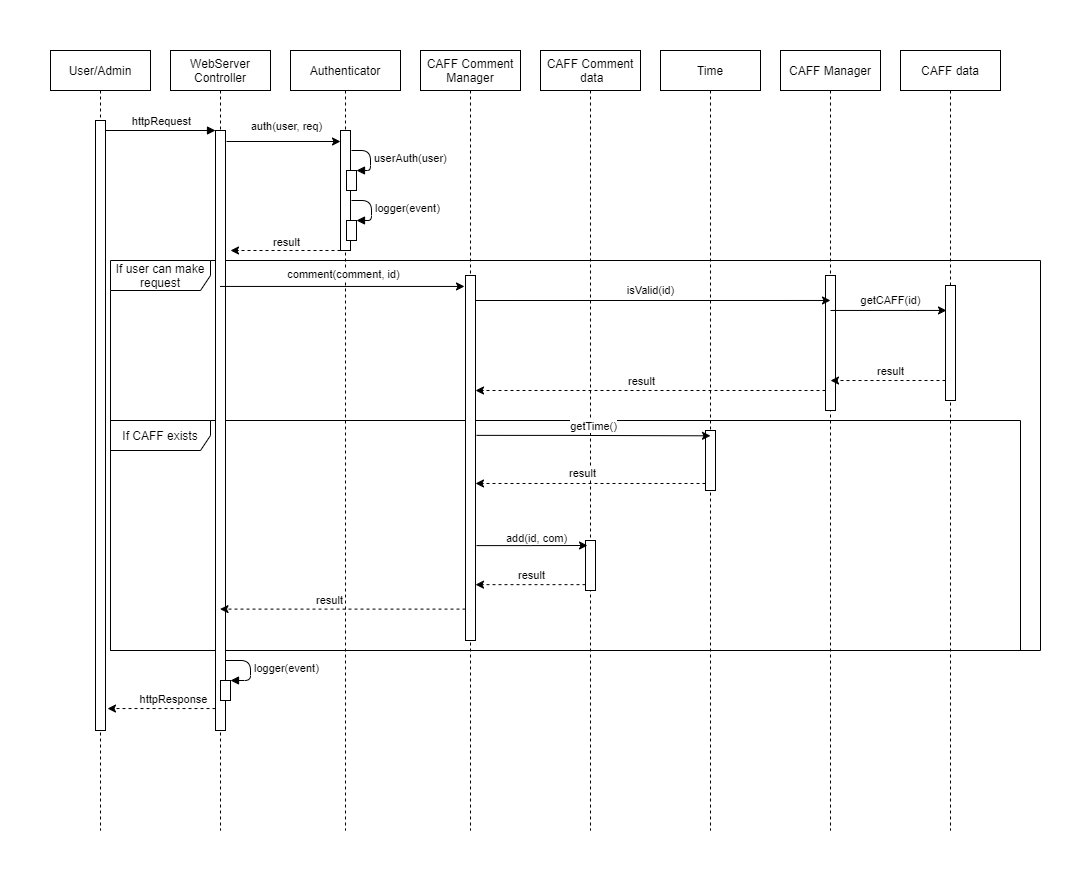
zuper1998/SzamBiztHF keeps this draw.io diagram as plans/Sequence Diagrams/user_call_commentv2.drawio.png. Above is the earlier version. Source tidied: cells renumbered, new cells last; positions are measured from the earlier drawing's top-left corner, leaving out a move shared by most shapes. Its diagram source:
```xml
<mxGraphModel background="#ffffff">
  <root>
    <mxCell id="0" />
    <mxCell id="1" parent="0" />
    <mxCell id="2" value="If CAFF exists" style="shape=umlFrame;whiteSpace=wrap;html=1;width=100;height=30;" parent="1" vertex="1">
      <mxGeometry x="60" y="370" width="910" height="230" as="geometry" />
    </mxCell>
    <mxCell id="3" value="If user can make request" style="shape=umlFrame;whiteSpace=wrap;html=1;width=100;height=30;" parent="1" vertex="1">
      <mxGeometry x="60" y="210" width="930" height="390" as="geometry" />
    </mxCell>
    <mxCell id="4" value="User/Admin" style="shape=umlLifeline;perimeter=lifelinePerimeter;shadow=0;strokeWidth=1;" parent="1" vertex="1">
      <mxGeometry width="100" height="780" as="geometry" />
    </mxCell>
    <mxCell id="5" style="points=[];perimeter=orthogonalPerimeter;shadow=0;strokeWidth=1;" parent="4" vertex="1">
      <mxGeometry x="45" y="70" width="10" height="610" as="geometry" />
    </mxCell>
    <mxCell id="6" value="WebServer &#10;Controller" style="shape=umlLifeline;perimeter=lifelinePerimeter;shadow=0;strokeWidth=1;" parent="1" vertex="1">
      <mxGeometry x="120" width="100" height="780" as="geometry" />
    </mxCell>
    <mxCell id="7" style="points=[];perimeter=orthogonalPerimeter;shadow=0;strokeWidth=1;" parent="6" vertex="1">
      <mxGeometry x="45" y="80" width="10" height="600" as="geometry" />
    </mxCell>
    <mxCell id="8" style="html=1;points=[];perimeter=orthogonalPerimeter;" parent="6" vertex="1">
      <mxGeometry x="50" y="630" width="10" height="20" as="geometry" />
    </mxCell>
    <mxCell id="9" value="logger(event)" style="edgeStyle=orthogonalEdgeStyle;html=1;align=left;spacingLeft=2;endArrow=block;entryX=1;entryY=0;" parent="6" edge="1" target="8">
      <mxGeometry relative="1" as="geometry">
        <mxPoint x="55" y="610" as="sourcePoint" />
        <Array as="points">
          <mxPoint x="80" y="610" />
          <mxPoint x="80" y="630" />
        </Array>
      </mxGeometry>
    </mxCell>
    <mxCell id="10" style="verticalAlign=bottom;endArrow=block;entryX=0;entryY=0;shadow=0;strokeWidth=1;" parent="1" edge="1">
      <mxGeometry relative="1" as="geometry">
        <mxPoint x="55" y="80" as="sourcePoint" />
        <mxPoint x="165" y="80" as="targetPoint" />
      </mxGeometry>
    </mxCell>
    <mxCell id="11" value="httpRequest" style="edgeLabel;html=1;align=center;verticalAlign=middle;" parent="10" vertex="1">
      <mxGeometry x="0.33" y="-1" relative="1" as="geometry">
        <mxPoint x="-18" y="-11" as="offset" />
      </mxGeometry>
    </mxCell>
    <mxCell id="12" value="Authenticator" style="shape=umlLifeline;perimeter=lifelinePerimeter;shadow=0;strokeWidth=1;" parent="1" vertex="1">
      <mxGeometry x="240" width="110" height="780" as="geometry" />
    </mxCell>
    <mxCell id="13" style="points=[];perimeter=orthogonalPerimeter;shadow=0;strokeWidth=1;" parent="12" vertex="1">
      <mxGeometry x="50" y="80" width="10" height="120" as="geometry" />
    </mxCell>
    <mxCell id="14" style="html=1;points=[];perimeter=orthogonalPerimeter;" parent="12" vertex="1">
      <mxGeometry x="56" y="120" width="10" height="20" as="geometry" />
    </mxCell>
    <mxCell id="15" value="userAuth(user)" style="edgeStyle=orthogonalEdgeStyle;html=1;align=left;spacingLeft=2;endArrow=block;entryX=1;entryY=0;" parent="12" edge="1" target="14">
      <mxGeometry relative="1" as="geometry">
        <mxPoint x="61" y="100" as="sourcePoint" />
        <Array as="points">
          <mxPoint x="80" y="100" />
          <mxPoint x="80" y="120" />
        </Array>
      </mxGeometry>
    </mxCell>
    <mxCell id="16" style="html=1;points=[];perimeter=orthogonalPerimeter;" parent="12" vertex="1">
      <mxGeometry x="56" y="170" width="10" height="20" as="geometry" />
    </mxCell>
    <mxCell id="17" value="logger(event)" style="edgeStyle=orthogonalEdgeStyle;html=1;align=left;spacingLeft=2;endArrow=block;entryX=1;entryY=0;" parent="12" edge="1" target="16">
      <mxGeometry relative="1" as="geometry">
        <mxPoint x="61" y="150" as="sourcePoint" />
        <Array as="points">
          <mxPoint x="81" y="150" />
          <mxPoint x="81" y="170" />
        </Array>
      </mxGeometry>
    </mxCell>
    <mxCell id="18" style="endArrow=classic;html=1;" parent="1" edge="1">
      <mxGeometry relative="1" as="geometry">
        <mxPoint x="176" y="91" as="sourcePoint" />
        <mxPoint x="290" y="91" as="targetPoint" />
      </mxGeometry>
    </mxCell>
    <mxCell id="19" value="auth(user, req)" style="edgeLabel;html=1;align=center;verticalAlign=middle;" parent="18" vertex="1">
      <mxGeometry x="0.39" relative="1" as="geometry">
        <mxPoint x="-20" y="-16" as="offset" />
      </mxGeometry>
    </mxCell>
    <mxCell id="20" style="endArrow=classic;html=1;entryX=1.5;entryY=0.2;entryDx=0;entryDy=0;entryPerimeter=0;dashed=1;" parent="1" edge="1" source="13" target="7">
      <mxGeometry relative="1" as="geometry" />
    </mxCell>
    <mxCell id="21" value="result" style="edgeLabel;html=1;align=center;verticalAlign=middle;" parent="20" vertex="1">
      <mxGeometry x="0.35" y="-1" relative="1" as="geometry">
        <mxPoint x="19" y="-8" as="offset" />
      </mxGeometry>
    </mxCell>
    <mxCell id="22" value="CAFF Comment&#10;Manager" style="shape=umlLifeline;perimeter=lifelinePerimeter;shadow=0;strokeWidth=1;" parent="1" vertex="1">
      <mxGeometry x="370" width="100" height="780" as="geometry" />
    </mxCell>
    <mxCell id="23" style="points=[];perimeter=orthogonalPerimeter;shadow=0;strokeWidth=1;" parent="22" vertex="1">
      <mxGeometry x="45" y="225" width="10" height="365" as="geometry" />
    </mxCell>
    <mxCell id="24" style="endArrow=classic;html=1;entryX=-0.1;entryY=0.03;entryDx=0;entryDy=0;entryPerimeter=0;" parent="1" edge="1" source="6" target="23">
      <mxGeometry relative="1" as="geometry" />
    </mxCell>
    <mxCell id="25" value="comment(comment, id)" style="edgeLabel;html=1;align=center;verticalAlign=middle;" parent="24" vertex="1">
      <mxGeometry x="-0.11" y="1" relative="1" as="geometry">
        <mxPoint x="14" y="-11" as="offset" />
      </mxGeometry>
    </mxCell>
    <mxCell id="26" style="endArrow=classic;html=1;exitX=0;exitY=0.914;exitDx=0;exitDy=0;exitPerimeter=0;dashed=1;" parent="1" edge="1" source="23" target="6">
      <mxGeometry relative="1" as="geometry" />
    </mxCell>
    <mxCell id="27" value="result" style="edgeLabel;html=1;align=center;verticalAlign=middle;" parent="26" vertex="1">
      <mxGeometry x="-0.19" y="1" relative="1" as="geometry">
        <mxPoint x="-37" y="-10" as="offset" />
      </mxGeometry>
    </mxCell>
    <mxCell id="28" style="endArrow=classic;html=1;dashed=1;entryX=1.2;entryY=0.964;entryDx=0;entryDy=0;entryPerimeter=0;" parent="1" edge="1" source="7" target="5">
      <mxGeometry relative="1" as="geometry" />
    </mxCell>
    <mxCell id="29" value="httpResponse" style="edgeLabel;html=1;align=center;verticalAlign=middle;" parent="28" vertex="1">
      <mxGeometry x="-0.51" y="-1" relative="1" as="geometry">
        <mxPoint x="-17" y="-9" as="offset" />
      </mxGeometry>
    </mxCell>
    <mxCell id="30" value="CAFF Comment&#10; data" style="shape=umlLifeline;perimeter=lifelinePerimeter;shadow=0;strokeWidth=1;" parent="1" vertex="1">
      <mxGeometry x="490" width="100" height="780" as="geometry" />
    </mxCell>
    <mxCell id="31" style="points=[];perimeter=orthogonalPerimeter;shadow=0;strokeWidth=1;" parent="30" vertex="1">
      <mxGeometry x="45" y="490" width="10" height="50" as="geometry" />
    </mxCell>
    <mxCell id="32" style="endArrow=classic;html=1;rounded=0;edgeStyle=orthogonalEdgeStyle;entryX=0.2;entryY=0.1;entryDx=0;entryDy=0;entryPerimeter=0;exitX=1.1;exitY=0.74;exitDx=0;exitDy=0;exitPerimeter=0;" parent="1" edge="1" source="23" target="31">
      <mxGeometry relative="1" as="geometry" />
    </mxCell>
    <mxCell id="33" value="add(id, com)" style="edgeLabel;html=1;align=center;verticalAlign=middle;" parent="32" vertex="1">
      <mxGeometry relative="1" as="geometry">
        <mxPoint x="2" y="-8" as="offset" />
      </mxGeometry>
    </mxCell>
    <mxCell id="34" style="endArrow=classic;html=1;dashed=1;exitX=0;exitY=0.883;exitDx=0;exitDy=0;exitPerimeter=0;" parent="1" edge="1" source="31" target="23">
      <mxGeometry relative="1" as="geometry" />
    </mxCell>
    <mxCell id="35" value="result" style="edgeLabel;html=1;align=center;verticalAlign=middle;" parent="34" vertex="1">
      <mxGeometry x="-0.51" y="-1" relative="1" as="geometry">
        <mxPoint x="-28" y="-9" as="offset" />
      </mxGeometry>
    </mxCell>
    <mxCell id="36" value="Time" style="shape=umlLifeline;perimeter=lifelinePerimeter;shadow=0;strokeWidth=1;" parent="1" vertex="1">
      <mxGeometry x="610" width="100" height="780" as="geometry" />
    </mxCell>
    <mxCell id="37" style="points=[];perimeter=orthogonalPerimeter;shadow=0;strokeWidth=1;" parent="36" vertex="1">
      <mxGeometry x="45" y="380" width="10" height="60" as="geometry" />
    </mxCell>
    <mxCell id="38" style="endArrow=classic;html=1;rounded=0;edgeStyle=orthogonalEdgeStyle;exitX=1.1;exitY=0.438;exitDx=0;exitDy=0;exitPerimeter=0;entryX=0.5;entryY=0.494;entryDx=0;entryDy=0;entryPerimeter=0;" parent="1" edge="1" source="23" target="36">
      <mxGeometry relative="1" as="geometry" />
    </mxCell>
    <mxCell id="39" value="getTime()" style="edgeLabel;html=1;align=center;verticalAlign=middle;" parent="38" vertex="1">
      <mxGeometry relative="1" as="geometry">
        <mxPoint y="-10" as="offset" />
      </mxGeometry>
    </mxCell>
    <mxCell id="40" style="endArrow=classic;html=1;dashed=1;exitX=0;exitY=0.883;exitDx=0;exitDy=0;exitPerimeter=0;" parent="1" edge="1" source="37" target="23">
      <mxGeometry relative="1" as="geometry" />
    </mxCell>
    <mxCell id="41" value="result" style="edgeLabel;html=1;align=center;verticalAlign=middle;" parent="40" vertex="1">
      <mxGeometry x="-0.51" y="-1" relative="1" as="geometry">
        <mxPoint x="-68" y="-9" as="offset" />
      </mxGeometry>
    </mxCell>
    <mxCell id="42" value="CAFF Manager" style="shape=umlLifeline;perimeter=lifelinePerimeter;shadow=0;strokeWidth=1;" parent="1" vertex="1">
      <mxGeometry x="730" width="100" height="780" as="geometry" />
    </mxCell>
    <mxCell id="43" style="points=[];perimeter=orthogonalPerimeter;shadow=0;strokeWidth=1;" parent="42" vertex="1">
      <mxGeometry x="45" y="225" width="10" height="135" as="geometry" />
    </mxCell>
    <mxCell id="44" value="CAFF data" style="shape=umlLifeline;perimeter=lifelinePerimeter;shadow=0;strokeWidth=1;" parent="1" vertex="1">
      <mxGeometry x="850" width="100" height="780" as="geometry" />
    </mxCell>
    <mxCell id="45" style="points=[];perimeter=orthogonalPerimeter;shadow=0;strokeWidth=1;" parent="44" vertex="1">
      <mxGeometry x="45" y="235" width="10" height="115" as="geometry" />
    </mxCell>
    <mxCell id="46" style="endArrow=classic;html=1;rounded=0;edgeStyle=orthogonalEdgeStyle;entryX=0.1;entryY=0.217;entryDx=0;entryDy=0;entryPerimeter=0;exitX=0.5;exitY=0.259;exitDx=0;exitDy=0;exitPerimeter=0;" parent="1" edge="1" source="43" target="45">
      <mxGeometry relative="1" as="geometry" />
    </mxCell>
    <mxCell id="47" value="getCAFF(id)" style="edgeLabel;html=1;align=center;verticalAlign=middle;" parent="46" vertex="1">
      <mxGeometry relative="1" as="geometry">
        <mxPoint x="2" y="-10" as="offset" />
      </mxGeometry>
    </mxCell>
    <mxCell id="48" style="endArrow=classic;html=1;rounded=0;edgeStyle=orthogonalEdgeStyle;entryX=0.5;entryY=0.185;entryDx=0;entryDy=0;entryPerimeter=0;" parent="1" edge="1" target="43">
      <mxGeometry relative="1" as="geometry">
        <mxPoint x="425" y="250" as="sourcePoint" />
      </mxGeometry>
    </mxCell>
    <mxCell id="49" value="isValid(id)" style="edgeLabel;html=1;align=center;verticalAlign=middle;" parent="48" vertex="1">
      <mxGeometry relative="1" as="geometry">
        <mxPoint x="-3" y="-10" as="offset" />
      </mxGeometry>
    </mxCell>
    <mxCell id="50" style="endArrow=classic;html=1;dashed=1;exitX=0;exitY=0.883;exitDx=0;exitDy=0;exitPerimeter=0;entryX=0.5;entryY=0.778;entryDx=0;entryDy=0;entryPerimeter=0;" parent="1" edge="1" target="43">
      <mxGeometry relative="1" as="geometry">
        <mxPoint x="895" y="330" as="sourcePoint" />
      </mxGeometry>
    </mxCell>
    <mxCell id="51" value="result" style="edgeLabel;html=1;align=center;verticalAlign=middle;" parent="50" vertex="1">
      <mxGeometry x="-0.51" y="-1" relative="1" as="geometry">
        <mxPoint x="-27" y="-9" as="offset" />
      </mxGeometry>
    </mxCell>
    <mxCell id="52" style="endArrow=classic;html=1;dashed=1;exitX=0;exitY=0.883;exitDx=0;exitDy=0;exitPerimeter=0;" parent="1" edge="1" target="23">
      <mxGeometry relative="1" as="geometry">
        <mxPoint x="775" y="340" as="sourcePoint" />
      </mxGeometry>
    </mxCell>
    <mxCell id="53" value="result" style="edgeLabel;html=1;align=center;verticalAlign=middle;" parent="52" vertex="1">
      <mxGeometry x="-0.51" y="-1" relative="1" as="geometry">
        <mxPoint x="-100" y="-9" as="offset" />
      </mxGeometry>
    </mxCell>
  </root>
</mxGraphModel>
```
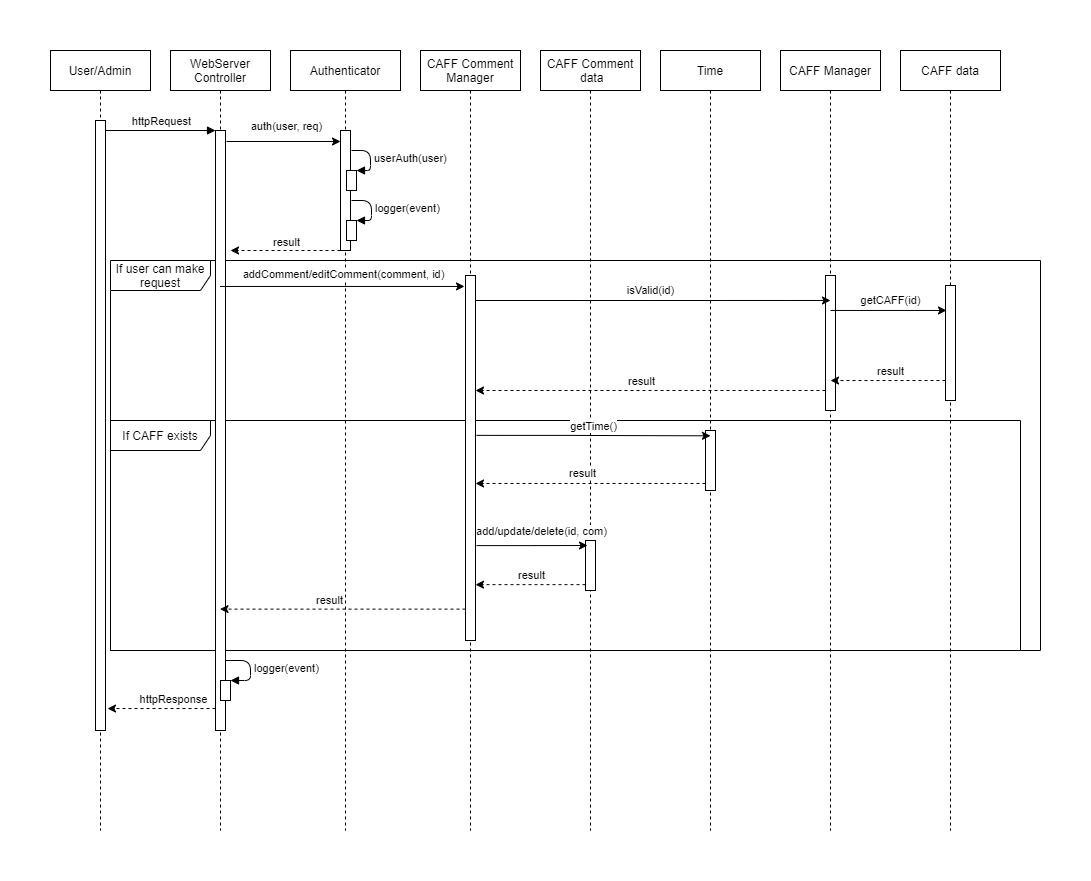
After the change.

Commit message:
updated and added seq diagrams

Change to the diagram source:
```diff
@@ -101,7 +101,7 @@
     <mxCell id="24" style="endArrow=classic;html=1;entryX=-0.1;entryY=0.03;entryDx=0;entryDy=0;entryPerimeter=0;" parent="1" edge="1" source="6" target="23">
       <mxGeometry relative="1" as="geometry" />
     </mxCell>
-    <mxCell id="25" value="comment(comment, id)" style="edgeLabel;html=1;align=center;verticalAlign=middle;" parent="24" vertex="1">
+    <mxCell id="25" value="addComment/editComment(comment, id)" style="edgeLabel;html=1;align=center;verticalAlign=middle;" parent="24" vertex="1">
       <mxGeometry x="-0.11" y="1" relative="1" as="geometry">
         <mxPoint x="14" y="-11" as="offset" />
       </mxGeometry>
@@ -131,9 +131,9 @@
     <mxCell id="32" style="endArrow=classic;html=1;rounded=0;edgeStyle=orthogonalEdgeStyle;entryX=0.2;entryY=0.1;entryDx=0;entryDy=0;entryPerimeter=0;exitX=1.1;exitY=0.74;exitDx=0;exitDy=0;exitPerimeter=0;" parent="1" edge="1" source="23" target="31">
       <mxGeometry relative="1" as="geometry" />
     </mxCell>
-    <mxCell id="33" value="add(id, com)" style="edgeLabel;html=1;align=center;verticalAlign=middle;" parent="32" vertex="1">
+    <mxCell id="33" value="add/update/delete(id, com)" style="edgeLabel;html=1;align=center;verticalAlign=middle;" parent="32" vertex="1">
       <mxGeometry relative="1" as="geometry">
-        <mxPoint x="2" y="-8" as="offset" />
+        <mxPoint x="7" y="-15" as="offset" />
       </mxGeometry>
     </mxCell>
     <mxCell id="34" style="endArrow=classic;html=1;dashed=1;exitX=0;exitY=0.883;exitDx=0;exitDy=0;exitPerimeter=0;" parent="1" edge="1" source="31" target="23">
```
